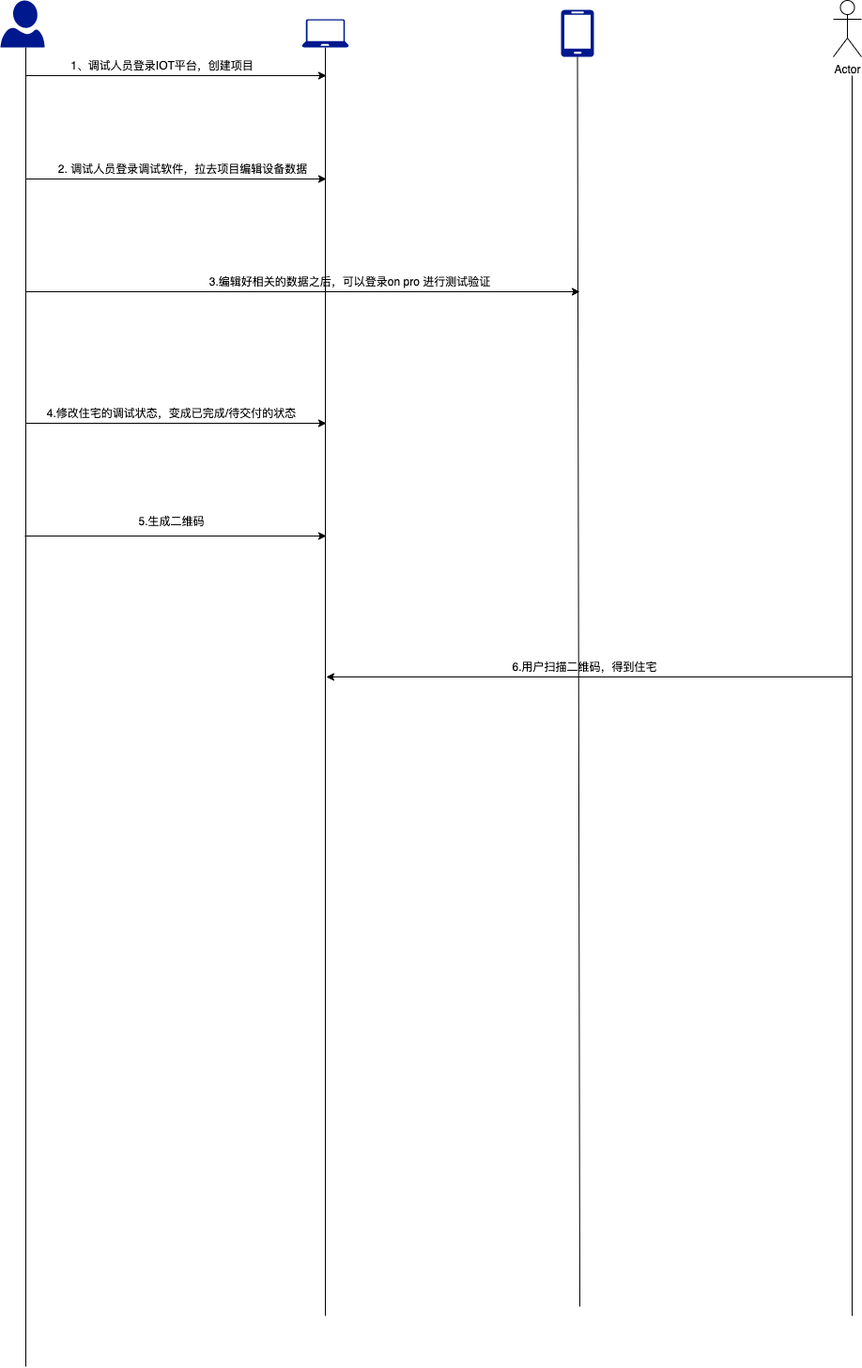
Above: 住宅交付流程图.png in tytler98/tytler (draw.io), before the change. Source tidied: cells renumbered, new cells last; positions are measured from the earlier drawing's top-left corner, leaving out a move shared by most shapes.
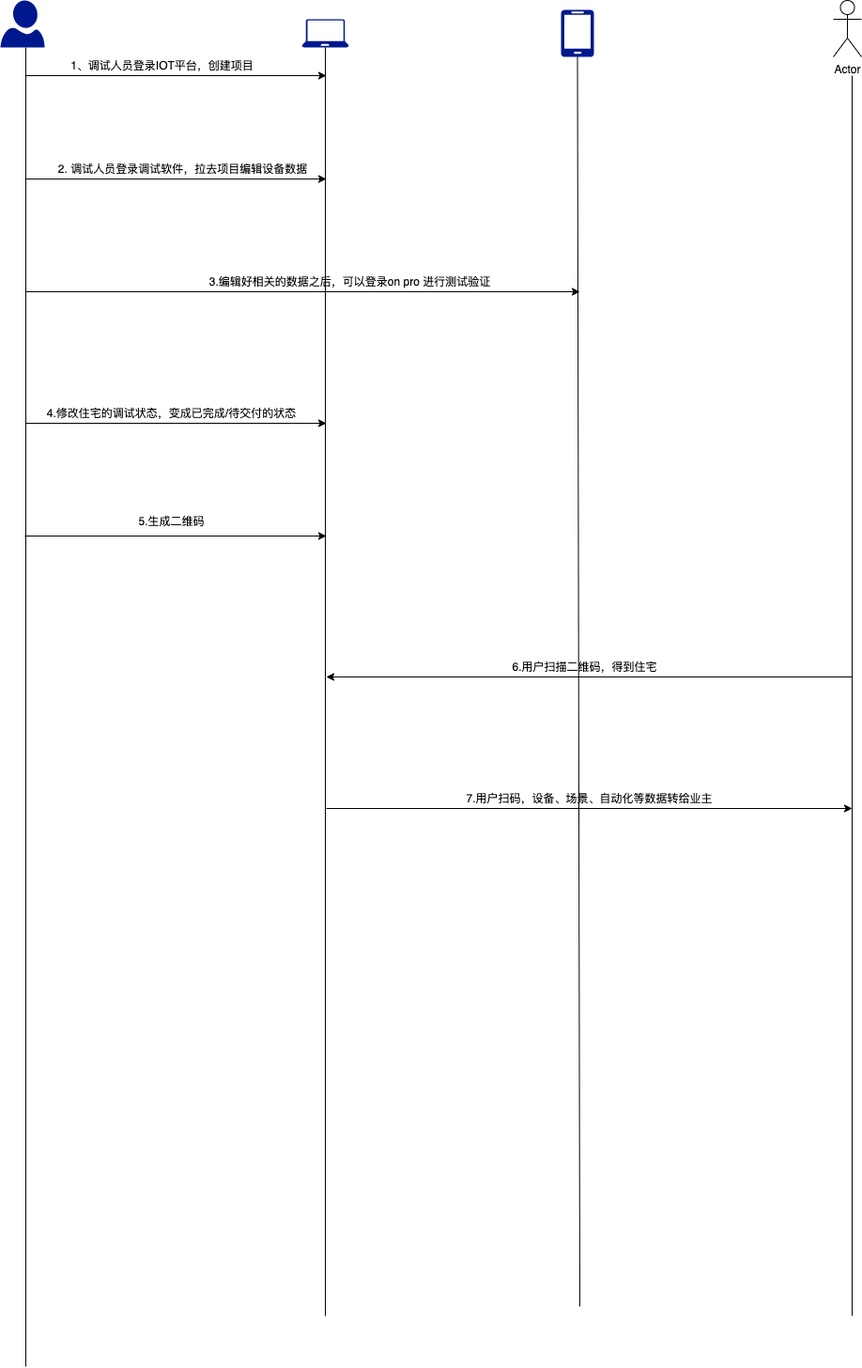
The same file after the commit.

Commit message:
Update 住宅交付流程图.png

Diff of the diagram source:
```diff
@@ -90,5 +90,14 @@
         <mxPoint x="617" y="310" as="targetPoint" />
       </mxGeometry>
     </mxCell>
+    <mxCell id="22" style="endArrow=classic;html=1;rounded=0;" parent="1" edge="1">
+      <mxGeometry relative="1" as="geometry">
+        <mxPoint x="347" y="860" as="sourcePoint" />
+        <mxPoint x="907" y="860" as="targetPoint" />
+      </mxGeometry>
+    </mxCell>
+    <mxCell id="23" value="7.用户扫码，设备、场景、自动化等数据转给业主" style="text;html=1;align=center;verticalAlign=middle;strokeColor=none;fillColor=none;" parent="1" vertex="1">
+      <mxGeometry x="487" y="840" width="280" height="20" as="geometry" />
+    </mxCell>
   </root>
 </mxGraphModel>
```
